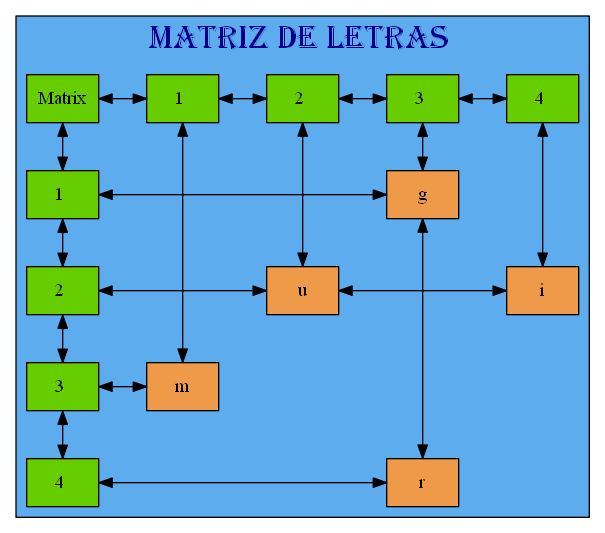
Earlier version of the Graphviz export Graficas/Table_Juego.dot.png (mariotun/EDD_1S2020_PY1_201602942). Its source is kept beside it as Graficas/Table_Juego.dot.
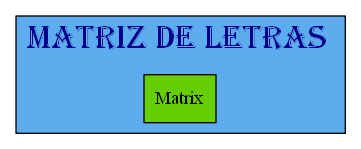
After the change.

Diff of the diagram source:
```diff
@@ -14,46 +14,18 @@
 node [shape=box fillcolor=chartreuse3];
 mt[label= "Matrix" style=radial group=0]
 {rank=same;
-25770344640[label= "1 " style=radial,group=1]
-25770344816[label= "2 " style=radial,group=2]
-25770345056[label= "3 " style=radial,group=3]
-0[label= "4 " style=radial,group=4]
-mt->25770344640->25770344816->25770345056->0[dir=both];};
-
-25770345176[label= "1 " style=radial,group=0]
-25770344520[label= "2 " style=radial,group=0]
-25770344936[label= "3 " style=radial,group=0]
-56[label= "4 " style=radial,group=0]
-mt->25770345176->25770344520->25770344936->56[dir=both];
-
-node[shape=box height=0.5 style=filled fontcolor=black fillcolor= tan2]
-25770344528[label="m" style=radial,group=1];
-node[shape=box height=0.5 style=filled fontcolor=black fillcolor= tan2]
-25770345648[label="u" style=radial,group=2];
-node[shape=box height=0.5 style=filled fontcolor=black fillcolor= tan2]
-25770345536[label="g" style=radial,group=3];
-node[shape=box height=0.5 style=filled fontcolor=black fillcolor= tan2]
-25770344944[label="r" style=radial,group=3];
-node[shape=box height=0.5 style=filled fontcolor=black fillcolor= tan2]
-25770345184[label="i" style=radial,group=4];
 
 
-25770344640->25770344528[dir=both]
-25770344816->25770345648[dir=both]
-25770345056->25770345536->25770344944[dir=both]
-0->25770345184[dir=both]
-
-25770345536[label="g"];
-25770345648[label="u"];
-25770345184[label="i"];
-25770344528[label="m"];
-25770344944[label="r"];
 
 
-{rank=same;25770345176->25770345536[dir=both] }
-{rank=same;25770344520->25770345648->25770345184[dir=both] }
-{rank=same;25770344936->25770344528[dir=both] }
-{rank=same;56->25770344944[dir=both] }
+
+
+
+
+
+
+}
+
  }
 
 }
```
